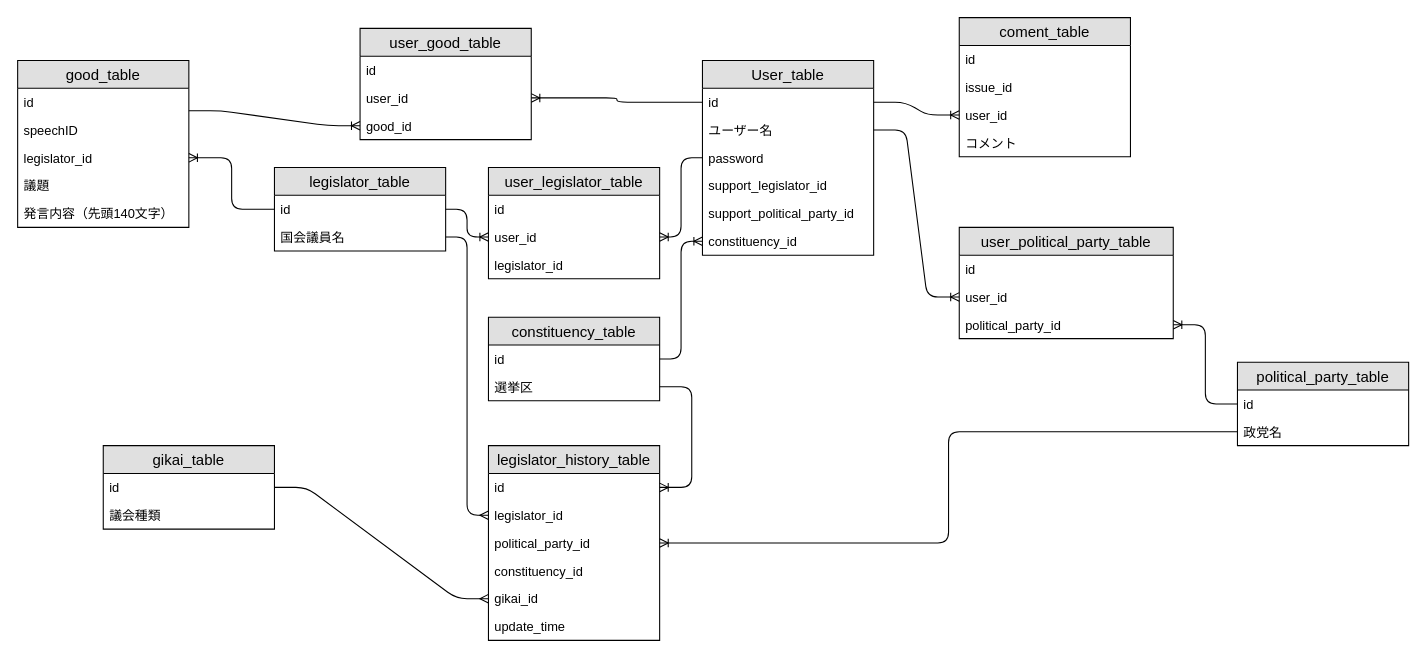
Above: er図.drawio in tukuhuse/myportfolio (draw.io), before the change. Source tidied: cells renumbered, new cells numbered last; positions are measured from the earlier drawing's top-left corner, leaving out a move shared by most shapes. Both pictures are drawn from the tidied source at 107%, with x=0, y=0 at pixel (17, 17).
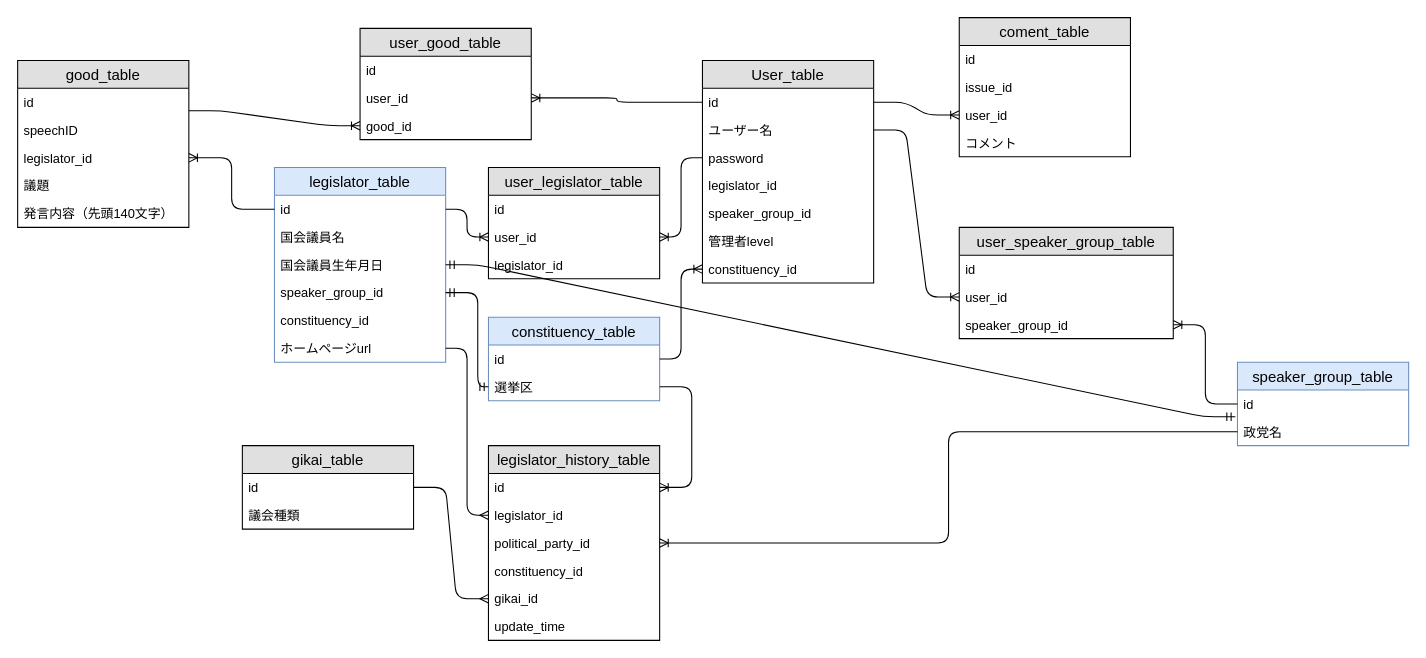
Above is the later version.

Unchanged cells that the change refers to:
```xml
<mxCell id="33" value="政党名" style="text;strokeColor=none;fillColor=none;spacingLeft=4;spacingRight=4;overflow=hidden;points=[[0,0.5],[1,0.5]];portConstraint=eastwest;fontSize=12;" parent="31" vertex="1">
  <mxGeometry y="52" width="160" height="26" as="geometry" />
</mxCell>
<mxCell id="36" value="選挙区" style="text;strokeColor=none;fillColor=none;spacingLeft=4;spacingRight=4;overflow=hidden;points=[[0,0.5],[1,0.5]];portConstraint=eastwest;fontSize=12;" parent="34" vertex="1">
  <mxGeometry y="52" width="160" height="26" as="geometry" />
</mxCell>
<mxCell id="55" value="gikai_id" style="text;strokeColor=none;fillColor=none;spacingLeft=4;spacingRight=4;overflow=hidden;points=[[0,0.5],[1,0.5]];portConstraint=eastwest;fontSize=12;" parent="50" vertex="1">
  <mxGeometry y="130" width="160" height="26" as="geometry" />
</mxCell>
<mxCell id="61" value="id" style="text;strokeColor=none;fillColor=none;spacingLeft=4;spacingRight=4;overflow=hidden;points=[[0,0.5],[1,0.5]];portConstraint=eastwest;fontSize=12;" parent="60" vertex="1">
  <mxGeometry y="26" width="160" height="26" as="geometry" />
</mxCell>
```

Diff of the diagram source:
```diff
@@
     <mxCell id="2" value="User_table" style="swimlane;fontStyle=0;horizontal=1;startSize=26;fillColor=#e0e0e0;swimlaneFillColor=#ffffff;align=center;fontSize=14;" parent="1" vertex="1">
-      <mxGeometry x="640" y="40" width="160" height="182" as="geometry" />
+      <mxGeometry x="640" y="40" width="160" height="208" as="geometry" />
     </mxCell>
@@
-    <mxCell id="6" value="support_legislator_id" style="text;strokeColor=none;fillColor=none;spacingLeft=4;spacingRight=4;overflow=hidden;fontSize=12;" parent="2" vertex="1">
+    <mxCell id="6" value="legislator_id" style="text;strokeColor=none;fillColor=none;spacingLeft=4;spacingRight=4;overflow=hidden;fontSize=12;" parent="2" vertex="1">
       <mxGeometry y="104" width="160" height="26" as="geometry" />
     </mxCell>
-    <mxCell id="7" value="support_political_party_id" style="text;strokeColor=none;fillColor=none;spacingLeft=4;spacingRight=4;overflow=hidden;fontSize=12;" parent="2" vertex="1">
+    <mxCell id="7" value="speaker_group_id" style="text;strokeColor=none;fillColor=none;spacingLeft=4;spacingRight=4;overflow=hidden;fontSize=12;" parent="2" vertex="1">
       <mxGeometry y="130" width="160" height="26" as="geometry" />
     </mxCell>
+    <mxCell id="64" value="管理者level" style="text;strokeColor=none;fillColor=none;spacingLeft=4;spacingRight=4;overflow=hidden;fontSize=12;" parent="2" vertex="1">
+      <mxGeometry y="156" width="160" height="26" as="geometry" />
+    </mxCell>
     <mxCell id="8" value="constituency_id" style="text;strokeColor=none;fillColor=none;spacingLeft=4;spacingRight=4;overflow=hidden;points=[[0,0.5],[1,0.5]];portConstraint=eastwest;fontSize=12;" parent="2" vertex="1">
-      <mxGeometry y="156" width="160" height="26" as="geometry" />
+      <mxGeometry y="182" width="160" height="26" as="geometry" />
     </mxCell>
@@
-    <mxCell id="26" value="legislator_table" style="swimlane;fontStyle=0;horizontal=1;startSize=26;fillColor=#e0e0e0;swimlaneFillColor=#ffffff;align=center;fontSize=14;" parent="1" vertex="1">
-      <mxGeometry x="240" y="140" width="160" height="78" as="geometry" />
+    <mxCell id="26" value="legislator_table" style="swimlane;fontStyle=0;horizontal=1;startSize=26;fillColor=#dae8fc;swimlaneFillColor=#ffffff;align=center;fontSize=14;strokeColor=#6c8ebf;" parent="1" vertex="1">
+      <mxGeometry x="240" y="140" width="160" height="182" as="geometry" />
     </mxCell>
@@
+    <mxCell id="65" value="国会議員名" style="text;strokeColor=none;fillColor=none;spacingLeft=4;spacingRight=4;overflow=hidden;fontSize=12;" parent="26" vertex="1">
+      <mxGeometry y="52" width="160" height="26" as="geometry" />
+    </mxCell>
+    <mxCell id="66" value="国会議員生年月日" style="text;strokeColor=none;fillColor=none;spacingLeft=4;spacingRight=4;overflow=hidden;points=[[0,0.5],[1,0.5]];portConstraint=eastwest;fontSize=12;" parent="26" vertex="1">
+      <mxGeometry y="78" width="160" height="26" as="geometry" />
+    </mxCell>
+    <mxCell id="67" value="speaker_group_id" style="text;strokeColor=none;fillColor=none;spacingLeft=4;spacingRight=4;overflow=hidden;points=[[0,0.5],[1,0.5]];portConstraint=eastwest;fontSize=12;" parent="26" vertex="1">
+      <mxGeometry y="104" width="160" height="26" as="geometry" />
+    </mxCell>
+    <mxCell id="68" value="constituency_id" style="text;strokeColor=none;fillColor=none;spacingLeft=4;spacingRight=4;overflow=hidden;fontSize=12;" parent="26" vertex="1">
+      <mxGeometry y="130" width="160" height="26" as="geometry" />
+    </mxCell>
-    <mxCell id="28" value="国会議員名" style="text;strokeColor=none;fillColor=none;spacingLeft=4;spacingRight=4;overflow=hidden;points=[[0,0.5],[1,0.5]];portConstraint=eastwest;fontSize=12;" parent="26" vertex="1">
-      <mxGeometry y="52" width="160" height="26" as="geometry" />
+    <mxCell id="28" value="ホームページurl" style="text;strokeColor=none;fillColor=none;spacingLeft=4;spacingRight=4;overflow=hidden;points=[[0,0.5],[1,0.5]];portConstraint=eastwest;fontSize=12;" parent="26" vertex="1">
+      <mxGeometry y="156" width="160" height="26" as="geometry" />
     </mxCell>
@@
-    <mxCell id="31" value="political_party_table" style="swimlane;fontStyle=0;horizontal=1;startSize=26;fillColor=#e0e0e0;swimlaneFillColor=#ffffff;align=center;fontSize=14;" parent="1" vertex="1">
+    <mxCell id="31" value="speaker_group_table" style="swimlane;fontStyle=0;horizontal=1;startSize=26;fillColor=#dae8fc;swimlaneFillColor=#ffffff;align=center;fontSize=14;strokeColor=#6c8ebf;" parent="1" vertex="1">
       <mxGeometry x="1140" y="322" width="160" height="78" as="geometry" />
     </mxCell>
@@
-    <mxCell id="34" value="constituency_table" style="swimlane;fontStyle=0;horizontal=1;startSize=26;fillColor=#e0e0e0;swimlaneFillColor=#ffffff;align=center;fontSize=14;" parent="1" vertex="1">
+    <mxCell id="34" value="constituency_table" style="swimlane;fontStyle=0;horizontal=1;startSize=26;fillColor=#dae8fc;swimlaneFillColor=#ffffff;align=center;fontSize=14;strokeColor=#6c8ebf;" parent="1" vertex="1">
       <mxGeometry x="440" y="280" width="160" height="78" as="geometry" />
     </mxCell>
@@
-    <mxCell id="41" value="user_political_party_table" style="swimlane;fontStyle=0;horizontal=1;startSize=26;fillColor=#e0e0e0;swimlaneFillColor=#ffffff;align=center;fontSize=14;" parent="1" vertex="1">
+    <mxCell id="41" value="user_speaker_group_table" style="swimlane;fontStyle=0;horizontal=1;startSize=26;fillColor=#e0e0e0;swimlaneFillColor=#ffffff;align=center;fontSize=14;" parent="1" vertex="1">
       <mxGeometry x="880" y="196" width="200" height="104" as="geometry" />
     </mxCell>
@@
-    <mxCell id="44" value="political_party_id" style="text;strokeColor=none;fillColor=none;spacingLeft=4;spacingRight=4;overflow=hidden;points=[[0,0.5],[1,0.5]];portConstraint=eastwest;fontSize=12;" parent="41" vertex="1">
+    <mxCell id="44" value="speaker_group_id" style="text;strokeColor=none;fillColor=none;spacingLeft=4;spacingRight=4;overflow=hidden;points=[[0,0.5],[1,0.5]];portConstraint=eastwest;fontSize=12;" parent="41" vertex="1">
       <mxGeometry y="78" width="200" height="26" as="geometry" />
     </mxCell>
@@
+    <mxCell id="63" style="edgeStyle=entityRelationEdgeStyle;fontSize=12;html=1;endArrow=ERmany;exitX=1;exitY=0.5;exitDx=0;exitDy=0;entryX=0;entryY=0.5;entryDx=0;entryDy=0;" parent="1" edge="1" source="61" target="55">
+      <mxGeometry relative="1" as="geometry" />
+    </mxCell>
+    <mxCell id="69" style="edgeStyle=entityRelationEdgeStyle;fontSize=12;html=1;endArrow=ERmandOne;startArrow=ERmandOne;exitX=1;exitY=0.5;exitDx=0;exitDy=0;entryX=-0.012;entryY=-0.038;entryDx=0;entryDy=0;entryPerimeter=0;" parent="1" edge="1" source="66" target="33">
+      <mxGeometry relative="1" as="geometry" />
+    </mxCell>
+    <mxCell id="70" style="edgeStyle=elbowEdgeStyle;fontSize=12;html=1;endArrow=ERmandOne;startArrow=ERmandOne;entryX=0;entryY=0.5;entryDx=0;entryDy=0;exitX=1;exitY=0.5;exitDx=0;exitDy=0;" parent="1" edge="1" source="67" target="36">
+      <mxGeometry relative="1" as="geometry">
+        <Array as="points">
+          <mxPoint x="430" y="270" />
+        </Array>
+      </mxGeometry>
+    </mxCell>
     <mxCell id="60" value="gikai_table" style="swimlane;fontStyle=0;horizontal=1;startSize=26;fillColor=#e0e0e0;swimlaneFillColor=#ffffff;align=center;fontSize=14;" parent="1" vertex="1">
-      <mxGeometry x="80" y="400" width="160" height="78" as="geometry" />
+      <mxGeometry x="210" y="400" width="160" height="78" as="geometry" />
     </mxCell>
@@
-    <mxCell id="63" style="edgeStyle=entityRelationEdgeStyle;fontSize=12;html=1;endArrow=ERmany;exitX=1;exitY=0.5;exitDx=0;exitDy=0;entryX=0;entryY=0.5;entryDx=0;entryDy=0;" parent="1" edge="1" source="61" target="55">
-      <mxGeometry relative="1" as="geometry" />
-    </mxCell>
```
